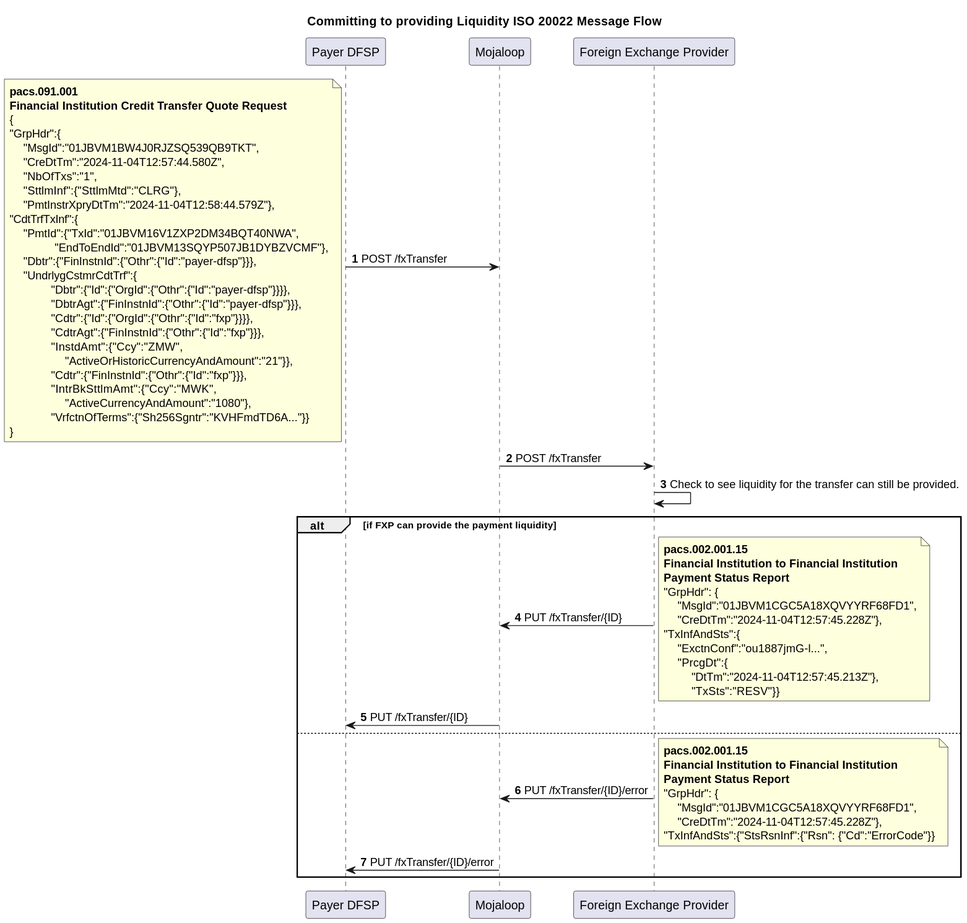
mojaloop/iso-20022-docs keeps this PlantUML diagram as Workstream documents/MarketPracticeDoc/SequenceDiagrams/ConversionTransfer.svg. Above is the earlier version. Source of this version:
```plantuml
@startuml

Title Committing to providing Liquidity ISO 20022 Message Flow
participant PayerDFSP as "Payer DFSP"
participant Mojaloop as "Mojaloop"
participant FXP as "Foreign Exchange Provider"

autonumber

PayerDFSP -> Mojaloop: POST /fxTransfer
note left
**pacs.091.001**
**Financial Institution Credit Transfer Quote Request**
{
"GrpHdr":{
    "MsgId":"01JBVM1BW4J0RJZSQ539QB9TKT",
    "CreDtTm":"2024-11-04T12:57:44.580Z",
    "NbOfTxs":"1",
    "SttlmInf":{"SttlmMtd":"CLRG"},
    "PmtInstrXpryDtTm":"2024-11-04T12:58:44.579Z"},
"CdtTrfTxInf":{
    "PmtId":{"TxId":"01JBVM16V1ZXP2DM34BQT40NWA",
             "EndToEndId":"01JBVM13SQYP507JB1DYBZVCMF"},
    "Dbtr":{"FinInstnId":{"Othr":{"Id":"payer-dfsp"}}},
    "UndrlygCstmrCdtTrf":{
            "Dbtr":{"Id":{"OrgId":{"Othr":{"Id":"payer-dfsp"}}}},
            "DbtrAgt":{"FinInstnId":{"Othr":{"Id":"payer-dfsp"}}},
            "Cdtr":{"Id":{"OrgId":{"Othr":{"Id":"fxp"}}}},
            "CdtrAgt":{"FinInstnId":{"Othr":{"Id":"fxp"}}},
            "InstdAmt":{"Ccy":"ZMW",
                "ActiveOrHistoricCurrencyAndAmount":"21"}},
            "Cdtr":{"FinInstnId":{"Othr":{"Id":"fxp"}}},
            "IntrBkSttlmAmt":{"Ccy":"MWK",
                "ActiveCurrencyAndAmount":"1080"},
            "VrfctnOfTerms":{"Sh256Sgntr":"KVHFmdTD6A..."}}
}
end note
Mojaloop -> FXP: POST /fxTransfer
FXP -> FXP: Check to see liquidity for the transfer can still be provided.
alt if FXP can provide the payment liquidity
FXP -> Mojaloop: PUT /fxTransfer/{ID}
note right
**pacs.002.001.15**
**Financial Institution to Financial Institution**
**Payment Status Report**
"GrpHdr": {
    "MsgId":"01JBVM1CGC5A18XQVYYRF68FD1",
    "CreDtTm":"2024-11-04T12:57:45.228Z"},
"TxInfAndSts":{
    "ExctnConf":"ou1887jmG-l...",
    "PrcgDt":{
        "DtTm":"2024-11-04T12:57:45.213Z"},
        "TxSts":"RESV"}}
end note
Mojaloop -> PayerDFSP: PUT /fxTransfer/{ID}

else

FXP -> Mojaloop: PUT /fxTransfer/{ID}/error
note right
**pacs.002.001.15**
**Financial Institution to Financial Institution**
**Payment Status Report**
"GrpHdr": {
    "MsgId":"01JBVM1CGC5A18XQVYYRF68FD1",
    "CreDtTm":"2024-11-04T12:57:45.228Z"},
"TxInfAndSts":{"StsRsnInf":{"Rsn": {"Cd":"ErrorCode"}}
end note
Mojaloop -> PayerDFSP: PUT /fxTransfer/{ID}/error
end


@enduml
```
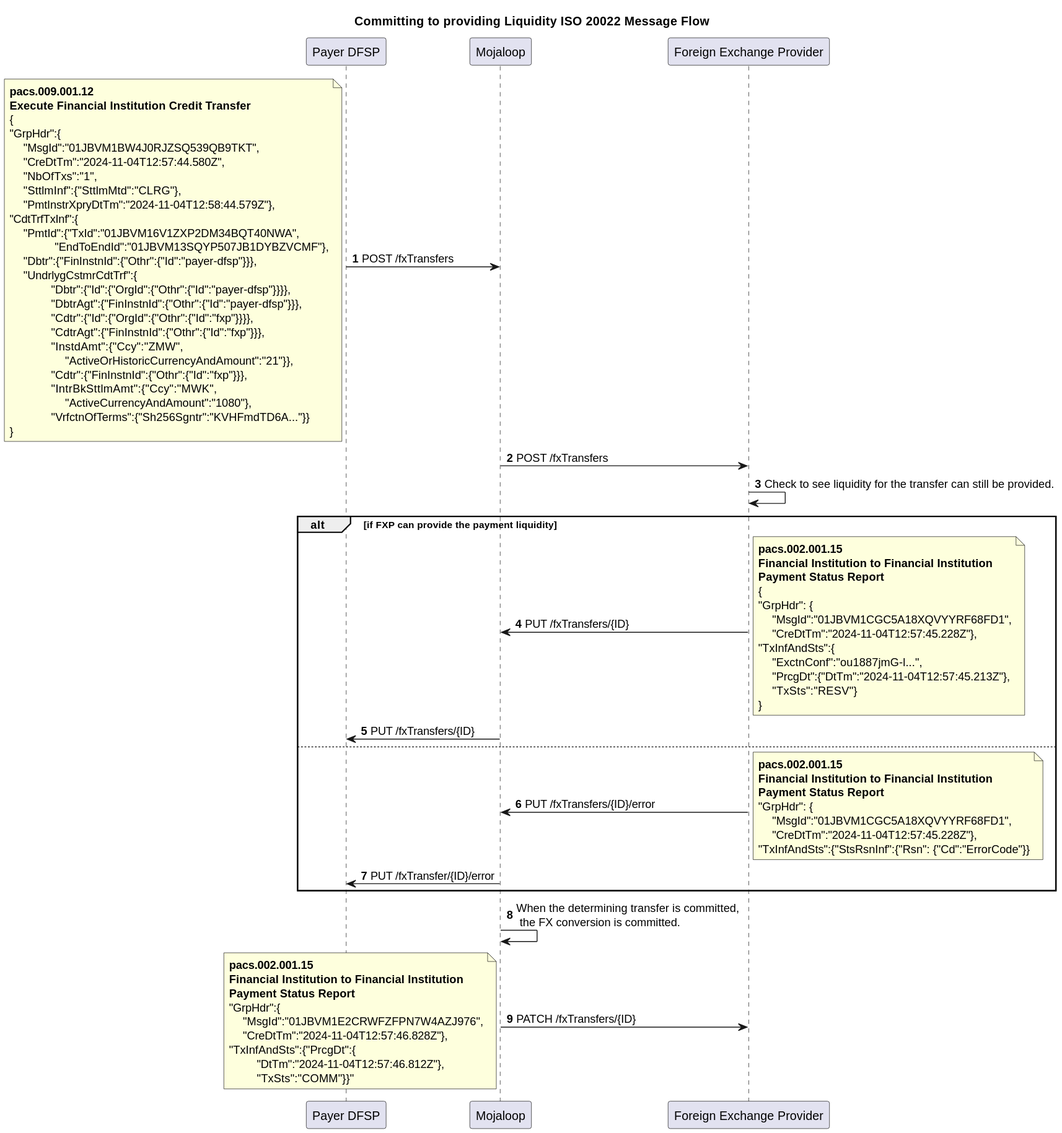
The same diagram one commit later.

What changed in the source:
```diff
@@ -7,10 +7,10 @@
 
 autonumber
 
-PayerDFSP -> Mojaloop: POST /fxTransfer
+PayerDFSP -> Mojaloop: POST /fxTransfers
 note left
-**pacs.091.001**
-**Financial Institution Credit Transfer Quote Request**
+**pacs.009.001.12**
+**Execute Financial Institution Credit Transfer**
 {
 "GrpHdr":{
     "MsgId":"01JBVM1BW4J0RJZSQ539QB9TKT",
@@ -35,28 +35,29 @@
             "VrfctnOfTerms":{"Sh256Sgntr":"KVHFmdTD6A..."}}
 }
 end note
-Mojaloop -> FXP: POST /fxTransfer
+Mojaloop -> FXP: POST /fxTransfers
 FXP -> FXP: Check to see liquidity for the transfer can still be provided.
 alt if FXP can provide the payment liquidity
-FXP -> Mojaloop: PUT /fxTransfer/{ID}
+FXP -> Mojaloop: PUT /fxTransfers/{ID}
 note right
 **pacs.002.001.15**
 **Financial Institution to Financial Institution**
 **Payment Status Report**
+{
 "GrpHdr": {
     "MsgId":"01JBVM1CGC5A18XQVYYRF68FD1",
     "CreDtTm":"2024-11-04T12:57:45.228Z"},
 "TxInfAndSts":{
     "ExctnConf":"ou1887jmG-l...",
-    "PrcgDt":{
-        "DtTm":"2024-11-04T12:57:45.213Z"},
-        "TxSts":"RESV"}}
+    "PrcgDt":{"DtTm":"2024-11-04T12:57:45.213Z"},
+    "TxSts":"RESV"}
+}
 end note
-Mojaloop -> PayerDFSP: PUT /fxTransfer/{ID}
+Mojaloop -> PayerDFSP: PUT /fxTransfers/{ID}
 
 else
 
-FXP -> Mojaloop: PUT /fxTransfer/{ID}/error
+FXP -> Mojaloop: PUT /fxTransfers/{ID}/error
 note right
 **pacs.002.001.15**
 **Financial Institution to Financial Institution**
@@ -69,5 +70,19 @@
 Mojaloop -> PayerDFSP: PUT /fxTransfer/{ID}/error
 end
 
+Mojaloop -> Mojaloop: When the determining transfer is committed, \n the FX conversion is committed.
+
+Mojaloop->FXP: PATCH /fxTransfers/{ID}
+note left
+**pacs.002.001.15**
+**Financial Institution to Financial Institution**
+**Payment Status Report**
+"GrpHdr":{
+    "MsgId":"01JBVM1E2CRWFZFPN7W4AZJ976",
+    "CreDtTm":"2024-11-04T12:57:46.828Z"},
+"TxInfAndSts":{"PrcgDt":{
+        "DtTm":"2024-11-04T12:57:46.812Z"},
+        "TxSts":"COMM"}}"
+end note
 
 @enduml
```
